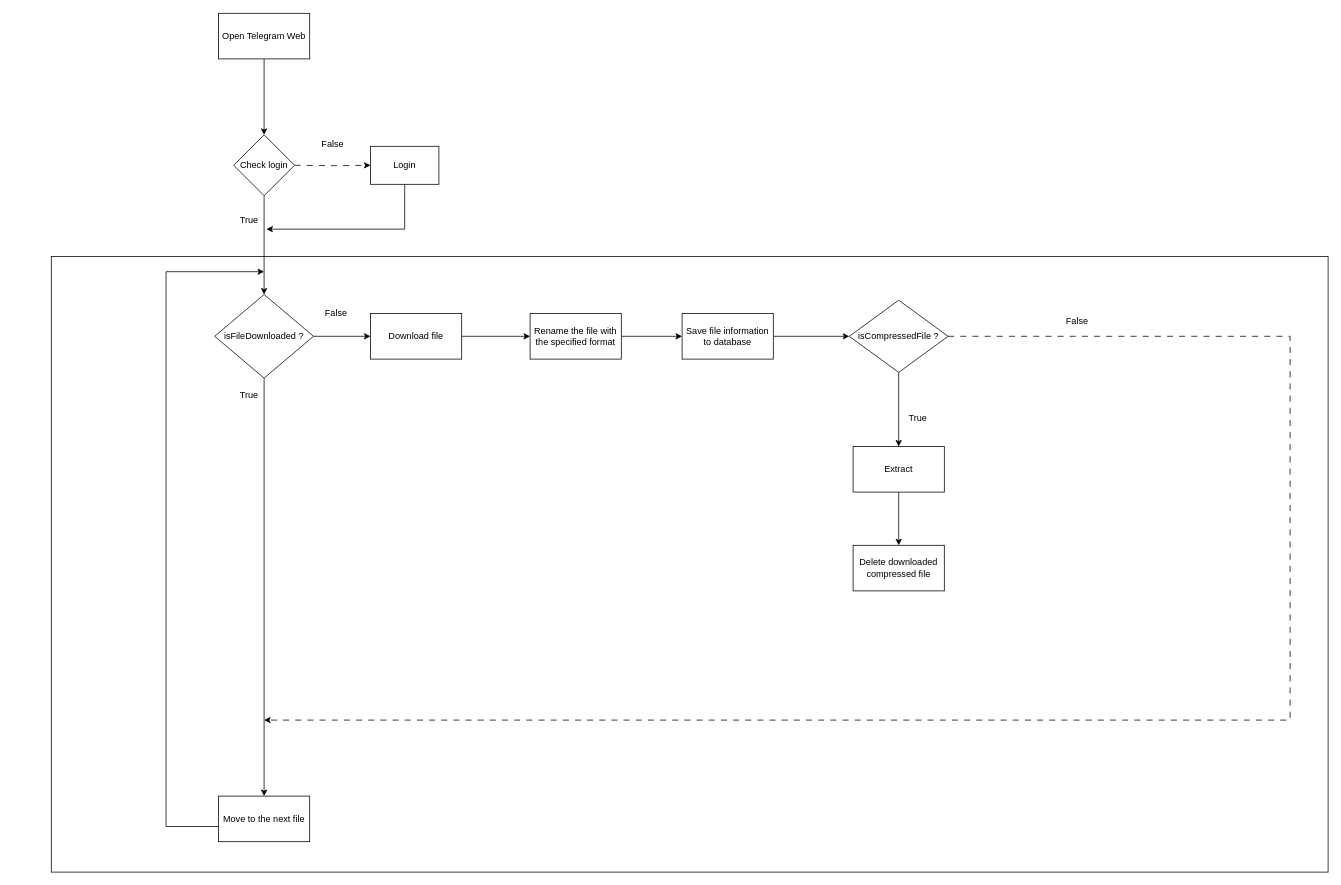
This is Biểu đồ không có tiêu đề.drawio from tung23102000/test-ssh, a draw.io file, before an edit. Source tidied: cells renumbered, new cells numbered last; positions are measured from the earlier drawing's top-left corner, leaving out a move shared by most shapes. Both pictures are drawn from the tidied source at 76%, with x=0, y=0 at pixel (51, 13).
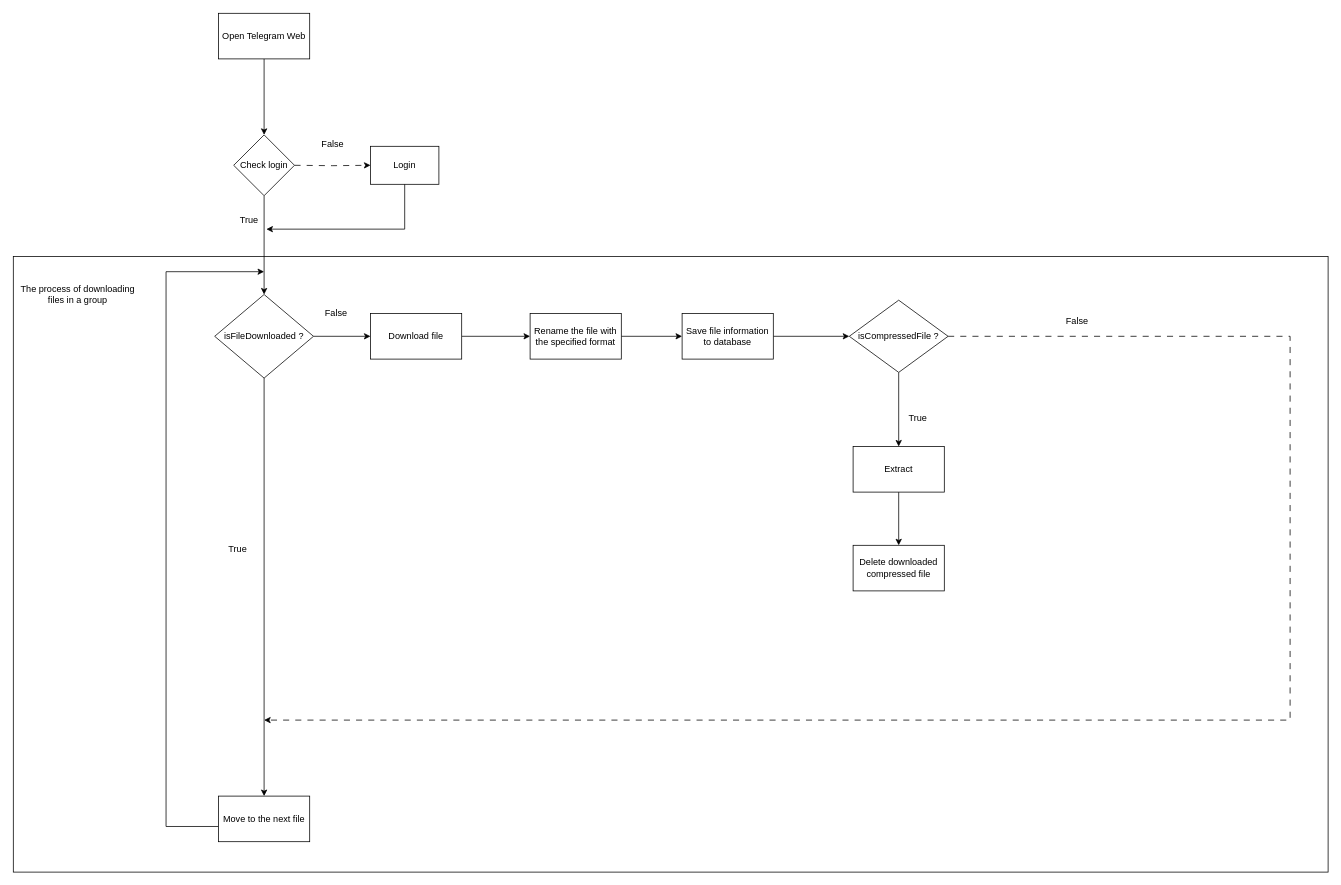
The same page after the edit.

Commit message:
Cập nhật phase collect datacheck.drawio

What changed in the source:
```diff
@@
     <mxCell id="2" style="rounded=0;whiteSpace=wrap;html=1;" parent="1" vertex="1">
-      <mxGeometry y="320" width="1680" height="810" as="geometry" />
+      <mxGeometry x="-50" y="320" width="1730" height="810" as="geometry" />
     </mxCell>
@@
     <mxCell id="17" value="True" style="text;html=1;align=center;verticalAlign=middle;strokeColor=none;fillColor=none;" parent="1" vertex="1">
-      <mxGeometry x="235" y="488" width="50" height="30" as="geometry" />
+      <mxGeometry x="220" y="690" width="50" height="30" as="geometry" />
     </mxCell>
@@
+    <mxCell id="33" value="The process of downloading files in a group" style="text;html=1;align=center;verticalAlign=middle;whiteSpace=wrap;rounded=0;" parent="1" vertex="1">
+      <mxGeometry x="-50" y="320" width="170" height="100" as="geometry" />
+    </mxCell>
```
